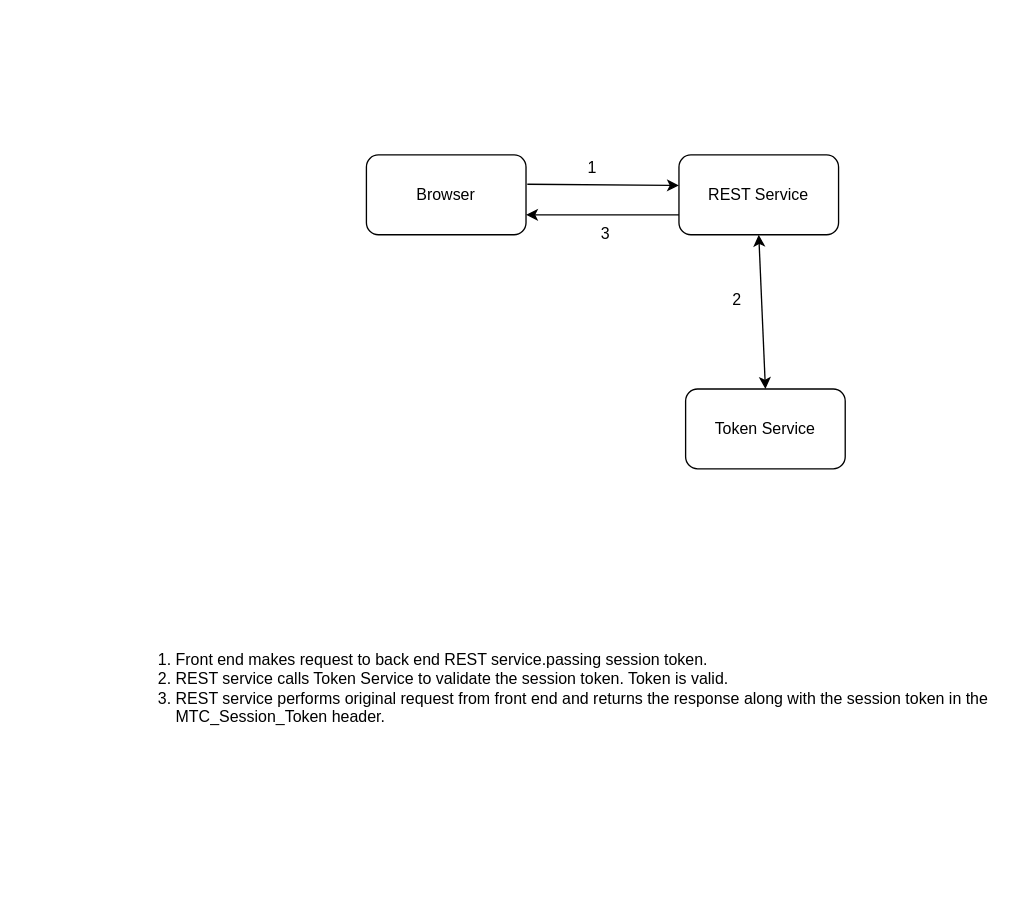
Earlier version of the draw.io diagram page "Page-2" (2 of 4) of SessionTokenFlow.drawio (bbarrington42/token-service-flows). Source tidied: cells renumbered, new cells numbered last; positions are measured from the earlier drawing's top-left corner, leaving out a move shared by most shapes. Both pictures are drawn from the tidied source at 133%, with x=0, y=0 at pixel (120, 154).
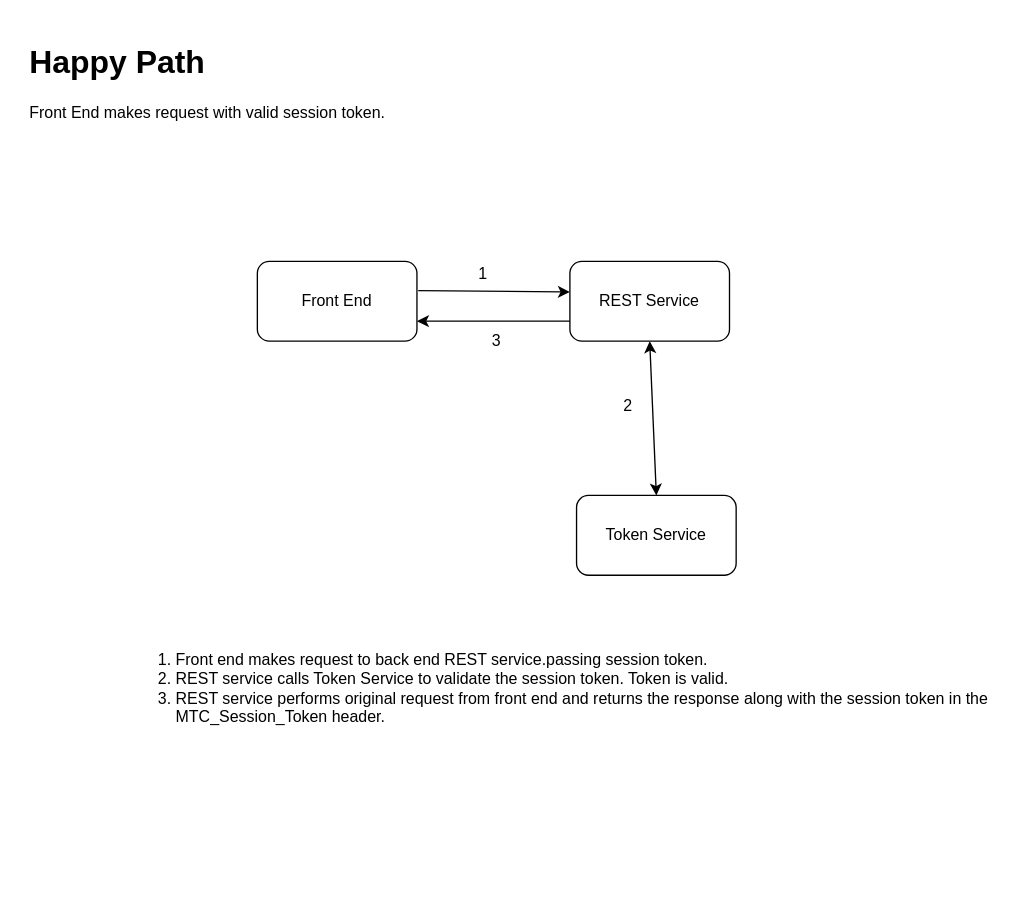
The same diagram, later.

Commit message (it also covers changes not shown here):
Added refresh & session token

Diff of the diagram source:
```diff
@@
 <mxGraphModel>
   <root>
     <mxCell id="0" />
     <mxCell id="1" parent="0" />
+    <mxCell id="6" value="&lt;ol&gt;&lt;li&gt;Front end makes request to back end REST service.passing session token.&lt;/li&gt;&lt;li&gt;REST service calls Token Service to validate the session token. Token is valid.&lt;/li&gt;&lt;li&gt;REST service performs original request from front end and returns the response along with the session token in the MTC_Session_Token header.&amp;nbsp;&lt;/li&gt;&lt;/ol&gt;" style="text;strokeColor=none;fillColor=none;html=1;whiteSpace=wrap;verticalAlign=middle;overflow=hidden;" parent="1" vertex="1">
+      <mxGeometry y="251" width="660" height="300" as="geometry" />
+    </mxCell>
+    <mxCell id="13" value="&lt;h1&gt;Happy Path&lt;/h1&gt;&lt;div&gt;Front End makes request with valid session token.&lt;/div&gt;" style="text;html=1;strokeColor=none;fillColor=none;spacing=5;spacingTop=-20;whiteSpace=wrap;overflow=hidden;rounded=0;" parent="1" vertex="1">
+      <mxGeometry x="-73" y="-89" width="668" height="120" as="geometry" />
+    </mxCell>
+    <mxCell id="14" style="group;" parent="1" vertex="1">
+      <mxGeometry x="103" y="80" width="360" height="236" as="geometry" />
+    </mxCell>
-    <mxCell id="2" value="Browser" style="rounded=1;whiteSpace=wrap;html=1;" parent="1" vertex="1">
-      <mxGeometry x="185" width="120" height="60" as="geometry" />
+    <mxCell id="2" value="Front End" style="rounded=1;whiteSpace=wrap;html=1;" parent="14" vertex="1">
+      <mxGeometry width="120" height="60" as="geometry" />
     </mxCell>
-    <mxCell id="3" value="REST Service" style="rounded=1;whiteSpace=wrap;html=1;" parent="1" vertex="1">
-      <mxGeometry x="420" width="120" height="60" as="geometry" />
+    <mxCell id="3" value="REST Service" style="rounded=1;whiteSpace=wrap;html=1;" parent="14" vertex="1">
+      <mxGeometry x="235" width="120" height="60" as="geometry" />
     </mxCell>
-    <mxCell id="4" value="Token Service" style="rounded=1;whiteSpace=wrap;html=1;" parent="1" vertex="1">
-      <mxGeometry x="425" y="176" width="120" height="60" as="geometry" />
+    <mxCell id="4" value="Token Service" style="rounded=1;whiteSpace=wrap;html=1;" parent="14" vertex="1">
+      <mxGeometry x="240" y="176" width="120" height="60" as="geometry" />
     </mxCell>
-    <mxCell id="5" style="endArrow=classic;html=1;entryX=0;entryY=0.383;entryDx=0;entryDy=0;entryPerimeter=0;exitX=1.008;exitY=0.367;exitDx=0;exitDy=0;exitPerimeter=0;" parent="1" edge="1" source="2" target="3">
+    <mxCell id="5" style="endArrow=classic;html=1;entryX=0;entryY=0.383;entryDx=0;entryDy=0;entryPerimeter=0;exitX=1.008;exitY=0.367;exitDx=0;exitDy=0;exitPerimeter=0;" parent="14" edge="1" source="2" target="3">
       <mxGeometry relative="1" as="geometry" />
     </mxCell>
-    <mxCell id="6" value="&lt;ol&gt;&lt;li&gt;Front end makes request to back end REST service.passing session token.&lt;/li&gt;&lt;li&gt;REST service calls Token Service to validate the session token. Token is valid.&lt;/li&gt;&lt;li&gt;REST service performs original request from front end and returns the response along with the session token in the MTC_Session_Token header.&amp;nbsp;&lt;/li&gt;&lt;/ol&gt;" style="text;strokeColor=none;fillColor=none;html=1;whiteSpace=wrap;verticalAlign=middle;overflow=hidden;" parent="1" vertex="1">
-      <mxGeometry y="251" width="660" height="300" as="geometry" />
-    </mxCell>
-    <mxCell id="7" value="1" style="text;html=1;strokeColor=none;fillColor=none;align=center;verticalAlign=middle;whiteSpace=wrap;rounded=0;" parent="1" vertex="1">
-      <mxGeometry x="335" width="40" height="20" as="geometry" />
+    <mxCell id="7" value="1" style="text;html=1;strokeColor=none;fillColor=none;align=center;verticalAlign=middle;whiteSpace=wrap;rounded=0;" parent="14" vertex="1">
+      <mxGeometry x="150" width="40" height="20" as="geometry" />
     </mxCell>
-    <mxCell id="8" style="endArrow=classic;html=1;entryX=1;entryY=0.75;entryDx=0;entryDy=0;exitX=0;exitY=0.75;exitDx=0;exitDy=0;" parent="1" edge="1" source="3" target="2">
+    <mxCell id="8" style="endArrow=classic;html=1;entryX=1;entryY=0.75;entryDx=0;entryDy=0;exitX=0;exitY=0.75;exitDx=0;exitDy=0;" parent="14" edge="1" source="3" target="2">
       <mxGeometry relative="1" as="geometry" />
     </mxCell>
-    <mxCell id="9" value="3" style="text;html=1;strokeColor=none;fillColor=none;align=center;verticalAlign=middle;whiteSpace=wrap;rounded=0;" parent="1" vertex="1">
-      <mxGeometry x="345" y="50" width="40" height="20" as="geometry" />
+    <mxCell id="9" value="3" style="text;html=1;strokeColor=none;fillColor=none;align=center;verticalAlign=middle;whiteSpace=wrap;rounded=0;" parent="14" vertex="1">
+      <mxGeometry x="160" y="50" width="40" height="20" as="geometry" />
     </mxCell>
-    <mxCell id="10" style="group;" parent="1" vertex="1">
-      <mxGeometry x="444" y="99" width="40" height="20" as="geometry" />
+    <mxCell id="10" style="group;" parent="14" vertex="1">
+      <mxGeometry x="259" y="99" width="40" height="20" as="geometry" />
     </mxCell>
+    <mxCell id="12" value="2" style="text;html=1;strokeColor=none;fillColor=none;align=center;verticalAlign=middle;whiteSpace=wrap;rounded=0;" parent="10" vertex="1">
+      <mxGeometry width="40" height="20" as="geometry" />
+    </mxCell>
-    <mxCell id="11" style="endArrow=classic;startArrow=classic;html=1;exitX=0.5;exitY=0;exitDx=0;exitDy=0;entryX=0.5;entryY=1;entryDx=0;entryDy=0;" parent="10" edge="1" source="4" target="3">
+    <mxCell id="11" style="endArrow=classic;startArrow=classic;html=1;exitX=0.5;exitY=0;exitDx=0;exitDy=0;entryX=0.5;entryY=1;entryDx=0;entryDy=0;" parent="14" edge="1" source="4" target="3">
       <mxGeometry relative="1" as="geometry" />
     </mxCell>
-    <mxCell id="12" value="2" style="text;html=1;strokeColor=none;fillColor=none;align=center;verticalAlign=middle;whiteSpace=wrap;rounded=0;" parent="10" vertex="1">
-      <mxGeometry width="40" height="20" as="geometry" />
-    </mxCell>
   </root>
 </mxGraphModel>
```
